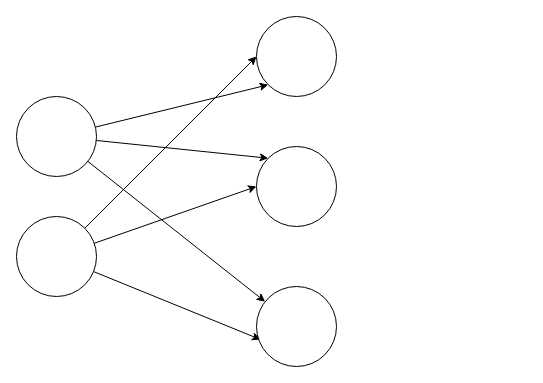
Above: a.drawio in Andrej235/hand-drawn-digits (draw.io), before the change. Source tidied: cells renumbered, new cells numbered last; positions are measured from the earlier drawing's top-left corner, leaving out a move shared by most shapes. Both pictures are drawn from the tidied source at 100%, with x=0, y=0 at pixel (16, 16).
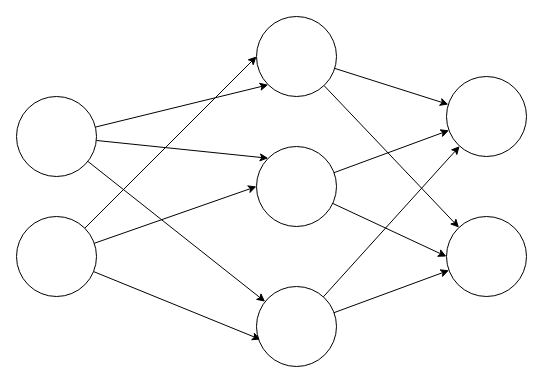
The same diagram, later.

Unchanged cells that the change refers to:
```xml
<mxCell id="10" style="ellipse;whiteSpace=wrap;html=1;" parent="1" vertex="1">
  <mxGeometry x="240" width="80" height="80" as="geometry" />
</mxCell>
<mxCell id="11" style="ellipse;whiteSpace=wrap;html=1;" parent="1" vertex="1">
  <mxGeometry x="240" y="130" width="80" height="80" as="geometry" />
</mxCell>
<mxCell id="12" style="ellipse;whiteSpace=wrap;html=1;" parent="1" vertex="1">
  <mxGeometry x="240" y="270" width="80" height="80" as="geometry" />
</mxCell>
```

Change to the diagram source:
```diff
@@
+    <mxCell id="13" style="edgeStyle=none;html=1;" parent="1" edge="1" source="10" target="19">
+      <mxGeometry relative="1" as="geometry" />
+    </mxCell>
+    <mxCell id="14" style="edgeStyle=none;html=1;" parent="1" edge="1" source="10" target="20">
+      <mxGeometry relative="1" as="geometry" />
+    </mxCell>
@@
+    <mxCell id="15" style="edgeStyle=none;html=1;" parent="1" edge="1" source="11" target="19">
+      <mxGeometry relative="1" as="geometry" />
+    </mxCell>
+    <mxCell id="16" style="edgeStyle=none;html=1;entryX=0;entryY=0.5;entryDx=0;entryDy=0;" parent="1" edge="1" source="11" target="20">
+      <mxGeometry relative="1" as="geometry" />
+    </mxCell>
@@
+    <mxCell id="17" style="edgeStyle=none;html=1;" parent="1" edge="1" source="12" target="20">
+      <mxGeometry relative="1" as="geometry" />
+    </mxCell>
+    <mxCell id="18" style="edgeStyle=none;html=1;" parent="1" edge="1" source="12" target="19">
+      <mxGeometry relative="1" as="geometry" />
+    </mxCell>
@@
+    <mxCell id="19" style="ellipse;whiteSpace=wrap;html=1;" parent="1" vertex="1">
+      <mxGeometry x="430" y="60" width="80" height="80" as="geometry" />
+    </mxCell>
+    <mxCell id="20" style="ellipse;whiteSpace=wrap;html=1;" parent="1" vertex="1">
+      <mxGeometry x="430" y="200" width="80" height="80" as="geometry" />
+    </mxCell>
```
